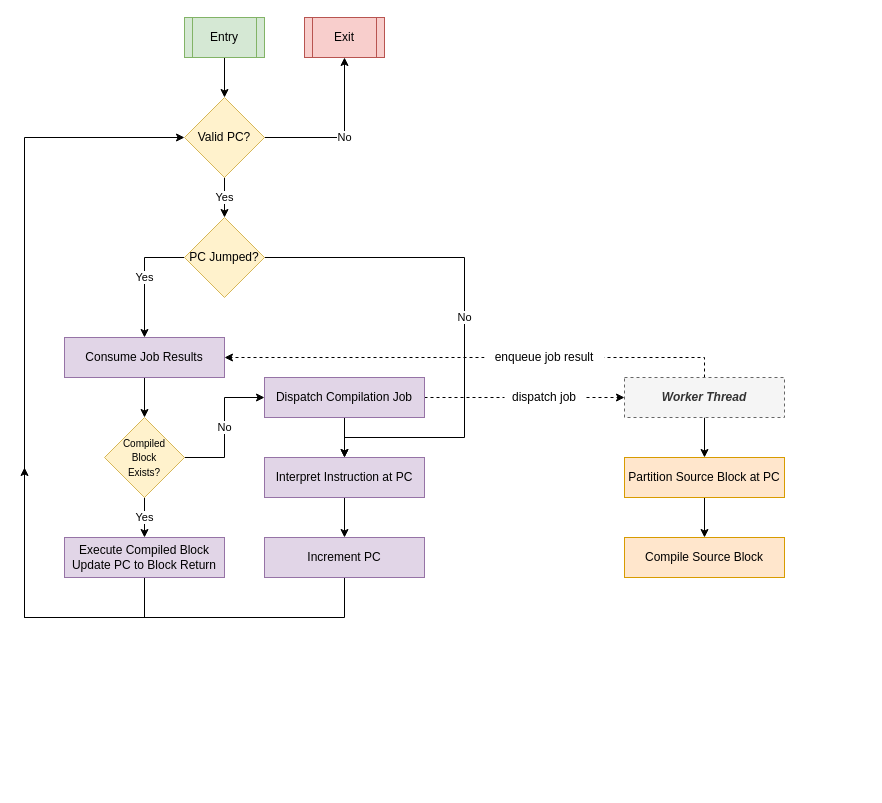
Earlier version of the draw.io diagram diagrams/hybrid.drawio (QFSW/JiTBoy-Dissertation). Source tidied: cells renumbered, new cells numbered last; positions are measured from the earlier drawing's top-left corner, leaving out a move shared by most shapes. Both pictures are drawn from the tidied source at 100%, with x=0, y=0 at pixel (24, 17).
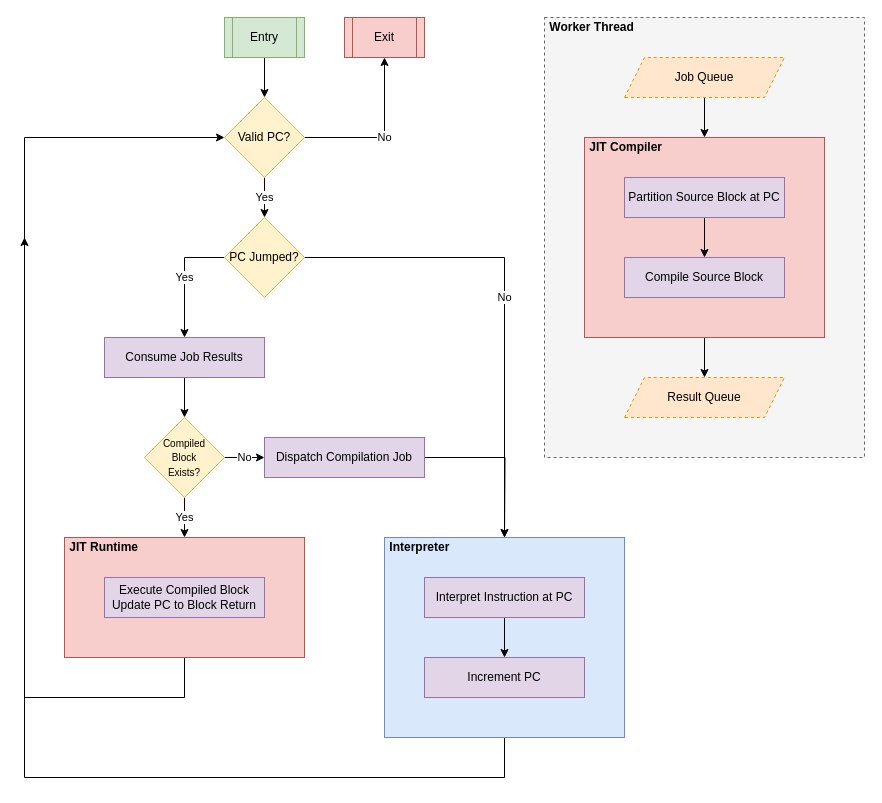
After the change.

Commit message (it also covers changes not shown here):
Hybrid diagram

The edit, as a diff of the source:
```diff
@@
+    <mxCell id="25" style="rounded=0;whiteSpace=wrap;html=1;fillColor=#f5f5f5;strokeColor=#666666;dashed=1;fontColor=#333333;" parent="1" vertex="1">
+      <mxGeometry x="520" width="320" height="440" as="geometry" />
+    </mxCell>
+    <mxCell id="33" style="edgeStyle=orthogonalEdgeStyle;rounded=0;jettySize=auto;html=1;exitX=0.5;exitY=1;exitDx=0;exitDy=0;entryX=0;entryY=0.5;entryDx=0;entryDy=0;" parent="1" edge="1" source="34" target="4">
+      <mxGeometry relative="1" as="geometry">
+        <Array as="points">
+          <mxPoint x="160" y="680" />
+          <mxPoint y="680" />
+          <mxPoint y="120" />
+        </Array>
+      </mxGeometry>
+    </mxCell>
+    <mxCell id="34" style="rounded=0;whiteSpace=wrap;html=1;fillColor=#f8cecc;strokeColor=#b85450;" parent="1" vertex="1">
+      <mxGeometry x="40" y="520" width="240" height="120" as="geometry" />
+    </mxCell>
+    <mxCell id="35" style="edgeStyle=orthogonalEdgeStyle;rounded=0;jettySize=auto;html=1;exitX=0.5;exitY=1;exitDx=0;exitDy=0;entryX=0.5;entryY=0;entryDx=0;entryDy=0;" parent="1" edge="1" source="36" target="45">
+      <mxGeometry relative="1" as="geometry" />
+    </mxCell>
+    <mxCell id="36" style="rounded=0;whiteSpace=wrap;html=1;fillColor=#f8cecc;strokeColor=#b85450;" parent="1" vertex="1">
+      <mxGeometry x="560" y="120" width="240" height="200" as="geometry" />
+    </mxCell>
+    <mxCell id="37" style="edgeStyle=orthogonalEdgeStyle;rounded=0;jettySize=auto;html=1;exitX=0.5;exitY=1;exitDx=0;exitDy=0;" parent="1" edge="1" source="38">
+      <mxGeometry relative="1" as="geometry">
+        <mxPoint y="220" as="targetPoint" />
+        <Array as="points">
+          <mxPoint x="480" y="760" />
+          <mxPoint y="760" />
+        </Array>
+      </mxGeometry>
+    </mxCell>
+    <mxCell id="38" value="&lt;div&gt;&lt;br&gt;&lt;/div&gt;" style="rounded=0;whiteSpace=wrap;html=1;fillColor=#dae8fc;strokeColor=#6c8ebf;align=left;" parent="1" vertex="1">
+      <mxGeometry x="360" y="520" width="240" height="200" as="geometry" />
+    </mxCell>
@@
     <mxCell id="4" value="Valid PC?" style="rhombus;whiteSpace=wrap;html=1;fillColor=#fff2cc;strokeColor=#d6b656;" parent="1" vertex="1">
-      <mxGeometry x="160" y="80" width="80" height="80" as="geometry" />
+      <mxGeometry x="200" y="80" width="80" height="80" as="geometry" />
     </mxCell>
-    <mxCell id="5" value="Yes" style="edgeStyle=orthogonalEdgeStyle;rounded=0;jettySize=auto;html=1;exitX=0.5;exitY=1;exitDx=0;exitDy=0;entryX=0.5;entryY=0;entryDx=0;entryDy=0;" parent="1" edge="1" source="15" target="10">
-      <mxGeometry relative="1" as="geometry" />
-    </mxCell>
-    <mxCell id="6" style="edgeStyle=orthogonalEdgeStyle;rounded=0;jettySize=auto;html=1;exitX=0.5;exitY=1;exitDx=0;exitDy=0;entryX=0.5;entryY=0;entryDx=0;entryDy=0;" parent="1" edge="1" source="8" target="20">
-      <mxGeometry relative="1" as="geometry" />
-    </mxCell>
-    <mxCell id="7" style="edgeStyle=orthogonalEdgeStyle;rounded=0;jettySize=auto;html=1;exitX=1;exitY=0.5;exitDx=0;exitDy=0;entryX=0;entryY=0.5;entryDx=0;entryDy=0;dashed=1;" parent="1" edge="1" source="8" target="25">
-      <mxGeometry relative="1" as="geometry" />
-    </mxCell>
+    <mxCell id="39" style="edgeStyle=orthogonalEdgeStyle;rounded=0;jettySize=auto;html=1;exitX=1;exitY=0.5;exitDx=0;exitDy=0;" parent="1" edge="1" source="8">
+      <mxGeometry relative="1" as="geometry">
+        <mxPoint x="480" y="520" as="targetPoint" />
+      </mxGeometry>
+    </mxCell>
     <mxCell id="8" value="Dispatch Compilation Job" style="rounded=0;whiteSpace=wrap;html=1;fillColor=#e1d5e7;strokeColor=#9673a6;" parent="1" vertex="1">
-      <mxGeometry x="240" y="360" width="160" height="40" as="geometry" />
+      <mxGeometry x="240" y="420" width="160" height="40" as="geometry" />
     </mxCell>
-    <mxCell id="9" style="edgeStyle=orthogonalEdgeStyle;rounded=0;jettySize=auto;html=1;exitX=0.5;exitY=1;exitDx=0;exitDy=0;" parent="1" edge="1" source="10">
-      <mxGeometry relative="1" as="geometry">
-        <mxPoint y="450" as="targetPoint" />
-        <Array as="points">
-          <mxPoint x="120" y="600" />
-          <mxPoint y="600" />
-        </Array>
-      </mxGeometry>
-    </mxCell>
     <mxCell id="10" value="Execute Compiled Block&lt;br&gt;Update PC to Block Return" style="rounded=0;whiteSpace=wrap;html=1;fillColor=#e1d5e7;strokeColor=#9673a6;" parent="1" vertex="1">
-      <mxGeometry x="40" y="520" width="160" height="40" as="geometry" />
+      <mxGeometry x="80" y="560" width="160" height="40" as="geometry" />
     </mxCell>
@@
     <mxCell id="12" value="Entry" style="shape=process;whiteSpace=wrap;html=1;backgroundOutline=1;fillColor=#d5e8d4;strokeColor=#82b366;" parent="1" vertex="1">
-      <mxGeometry x="160" width="80" height="40" as="geometry" />
+      <mxGeometry x="200" width="80" height="40" as="geometry" />
     </mxCell>
     <mxCell id="13" value="Exit" style="shape=process;whiteSpace=wrap;html=1;backgroundOutline=1;fillColor=#f8cecc;strokeColor=#b85450;" parent="1" vertex="1">
-      <mxGeometry x="280" width="80" height="40" as="geometry" />
+      <mxGeometry x="320" width="80" height="40" as="geometry" />
     </mxCell>
@@
+    <mxCell id="5" value="Yes" style="edgeStyle=orthogonalEdgeStyle;rounded=0;jettySize=auto;html=1;exitX=0.5;exitY=1;exitDx=0;exitDy=0;entryX=0.5;entryY=0;entryDx=0;entryDy=0;" parent="1" edge="1" source="15" target="34">
+      <mxGeometry relative="1" as="geometry" />
+    </mxCell>
     <mxCell id="15" value="&lt;font style=&quot;font-size: 10px&quot;&gt;Compiled&lt;br&gt;Block&lt;br&gt;Exists?&lt;/font&gt;" style="rhombus;whiteSpace=wrap;html=1;fillColor=#fff2cc;strokeColor=#d6b656;" parent="1" vertex="1">
-      <mxGeometry x="80" y="400" width="80" height="80" as="geometry" />
+      <mxGeometry x="120" y="400" width="80" height="80" as="geometry" />
     </mxCell>
-    <mxCell id="16" value="No" style="edgeStyle=orthogonalEdgeStyle;rounded=0;jettySize=auto;html=1;exitX=1;exitY=0.5;exitDx=0;exitDy=0;entryX=0.5;entryY=0;entryDx=0;entryDy=0;" parent="1" edge="1" source="18" target="20">
-      <mxGeometry relative="1" as="geometry">
-        <Array as="points">
-          <mxPoint x="440" y="240" />
-          <mxPoint x="440" y="420" />
-          <mxPoint x="320" y="420" />
-        </Array>
-      </mxGeometry>
+    <mxCell id="16" value="No" style="edgeStyle=orthogonalEdgeStyle;rounded=0;jettySize=auto;html=1;exitX=1;exitY=0.5;exitDx=0;exitDy=0;entryX=0.5;entryY=0;entryDx=0;entryDy=0;" parent="1" edge="1" source="18" target="38">
+      <mxGeometry relative="1" as="geometry" />
     </mxCell>
@@
     <mxCell id="18" value="PC Jumped?" style="rhombus;whiteSpace=wrap;html=1;fillColor=#fff2cc;strokeColor=#d6b656;" parent="1" vertex="1">
-      <mxGeometry x="160" y="200" width="80" height="80" as="geometry" />
+      <mxGeometry x="200" y="200" width="80" height="80" as="geometry" />
     </mxCell>
@@
     <mxCell id="20" value="Interpret Instruction at PC" style="rounded=0;whiteSpace=wrap;html=1;fillColor=#e1d5e7;strokeColor=#9673a6;" parent="1" vertex="1">
-      <mxGeometry x="240" y="440" width="160" height="40" as="geometry" />
+      <mxGeometry x="400" y="560" width="160" height="40" as="geometry" />
     </mxCell>
-    <mxCell id="21" style="edgeStyle=orthogonalEdgeStyle;rounded=0;jettySize=auto;html=1;exitX=0.5;exitY=1;exitDx=0;exitDy=0;entryX=0;entryY=0.5;entryDx=0;entryDy=0;" parent="1" edge="1" source="22" target="4">
-      <mxGeometry relative="1" as="geometry">
-        <Array as="points">
-          <mxPoint x="320" y="600" />
-          <mxPoint y="600" />
-          <mxPoint y="120" />
-        </Array>
-      </mxGeometry>
-    </mxCell>
     <mxCell id="22" value="Increment PC" style="rounded=0;whiteSpace=wrap;html=1;fillColor=#e1d5e7;strokeColor=#9673a6;" parent="1" vertex="1">
-      <mxGeometry x="240" y="520" width="160" height="40" as="geometry" />
+      <mxGeometry x="400" y="640" width="160" height="40" as="geometry" />
     </mxCell>
-    <mxCell id="23" style="edgeStyle=orthogonalEdgeStyle;rounded=0;jettySize=auto;html=1;exitX=0.5;exitY=1;exitDx=0;exitDy=0;entryX=0.5;entryY=0;entryDx=0;entryDy=0;" parent="1" edge="1" source="25" target="27">
-      <mxGeometry relative="1" as="geometry" />
-    </mxCell>
-    <mxCell id="24" style="edgeStyle=orthogonalEdgeStyle;rounded=0;jettySize=auto;html=1;exitX=0.5;exitY=0;exitDx=0;exitDy=0;entryX=1;entryY=0.5;entryDx=0;entryDy=0;dashed=1;" parent="1" edge="1" source="25" target="30">
-      <mxGeometry relative="1" as="geometry">
-        <Array as="points">
-          <mxPoint x="680" y="340" />
-        </Array>
-      </mxGeometry>
-    </mxCell>
-    <mxCell id="25" value="&lt;i&gt;&lt;b&gt;Worker Thread&lt;/b&gt;&lt;/i&gt;" style="rounded=0;whiteSpace=wrap;html=1;fillColor=#f5f5f5;strokeColor=#666666;fontColor=#333333;dashed=1;" parent="1" vertex="1">
-      <mxGeometry x="600" y="360" width="160" height="40" as="geometry" />
-    </mxCell>
@@
-    <mxCell id="27" value="Partition Source Block at PC" style="rounded=0;whiteSpace=wrap;html=1;fillColor=#ffe6cc;strokeColor=#d79b00;" parent="1" vertex="1">
-      <mxGeometry x="600" y="440" width="160" height="40" as="geometry" />
+    <mxCell id="27" value="Partition Source Block at PC" style="rounded=0;whiteSpace=wrap;html=1;fillColor=#e1d5e7;strokeColor=#9673a6;" parent="1" vertex="1">
+      <mxGeometry x="600" y="160" width="160" height="40" as="geometry" />
     </mxCell>
-    <mxCell id="28" value="Compile Source Block" style="rounded=0;whiteSpace=wrap;html=1;fillColor=#ffe6cc;strokeColor=#d79b00;" parent="1" vertex="1">
-      <mxGeometry x="600" y="520" width="160" height="40" as="geometry" />
+    <mxCell id="28" value="Compile Source Block" style="rounded=0;whiteSpace=wrap;html=1;fillColor=#e1d5e7;strokeColor=#9673a6;" parent="1" vertex="1">
+      <mxGeometry x="600" y="240" width="160" height="40" as="geometry" />
     </mxCell>
+    <mxCell id="40" value="&lt;b&gt;&amp;nbsp;Interpreter&lt;/b&gt;" style="text;html=1;strokeColor=none;fillColor=none;align=left;verticalAlign=middle;whiteSpace=wrap;rounded=0;" parent="1" vertex="1">
+      <mxGeometry x="360" y="520" width="110" height="20" as="geometry" />
+    </mxCell>
+    <mxCell id="41" value="&lt;b&gt;&amp;nbsp;JIT Compiler&lt;/b&gt;" style="text;html=1;strokeColor=none;fillColor=none;align=left;verticalAlign=middle;whiteSpace=wrap;rounded=0;" parent="1" vertex="1">
+      <mxGeometry x="560" y="120" width="110" height="20" as="geometry" />
+    </mxCell>
@@
     <mxCell id="30" value="Consume Job Results" style="rounded=0;whiteSpace=wrap;html=1;fillColor=#e1d5e7;strokeColor=#9673a6;" parent="1" vertex="1">
-      <mxGeometry x="40" y="320" width="160" height="40" as="geometry" />
+      <mxGeometry x="80" y="320" width="160" height="40" as="geometry" />
     </mxCell>
-    <mxCell id="31" value="dispatch job" style="rounded=0;whiteSpace=wrap;html=1;dashed=1;gradientColor=none;strokeColor=none;" parent="1" vertex="1">
-      <mxGeometry x="480" y="370" width="80" height="20" as="geometry" />
-    </mxCell>
-    <mxCell id="32" value="enqueue job result" style="rounded=0;whiteSpace=wrap;html=1;dashed=1;gradientColor=none;strokeColor=none;" parent="1" vertex="1">
-      <mxGeometry x="460" y="330" width="120" height="20" as="geometry" />
-    </mxCell>
+    <mxCell id="42" value="&lt;b&gt;&amp;nbsp;JIT Runtime&lt;/b&gt;" style="text;html=1;strokeColor=none;fillColor=none;align=left;verticalAlign=middle;whiteSpace=wrap;rounded=0;" parent="1" vertex="1">
+      <mxGeometry x="40" y="520" width="110" height="20" as="geometry" />
+    </mxCell>
+    <mxCell id="43" style="edgeStyle=orthogonalEdgeStyle;rounded=0;jettySize=auto;html=1;exitX=0.5;exitY=1;exitDx=0;exitDy=0;entryX=0.5;entryY=0;entryDx=0;entryDy=0;" parent="1" edge="1" source="44" target="36">
+      <mxGeometry relative="1" as="geometry" />
+    </mxCell>
+    <mxCell id="44" value="Job Queue" style="shape=parallelogram;perimeter=parallelogramPerimeter;whiteSpace=wrap;html=1;fixedSize=1;dashed=1;fillColor=#ffe6cc;strokeColor=#d79b00;" parent="1" vertex="1">
+      <mxGeometry x="600" y="40" width="160" height="40" as="geometry" />
+    </mxCell>
+    <mxCell id="45" value="Result Queue" style="shape=parallelogram;perimeter=parallelogramPerimeter;whiteSpace=wrap;html=1;fixedSize=1;dashed=1;fillColor=#ffe6cc;strokeColor=#d79b00;" parent="1" vertex="1">
+      <mxGeometry x="600" y="360" width="160" height="40" as="geometry" />
+    </mxCell>
+    <mxCell id="46" value="&lt;b&gt;&amp;nbsp;Worker Thread&lt;/b&gt;" style="text;html=1;strokeColor=none;fillColor=none;align=left;verticalAlign=middle;whiteSpace=wrap;rounded=0;" parent="1" vertex="1">
+      <mxGeometry x="520" width="110" height="20" as="geometry" />
+    </mxCell>
```
